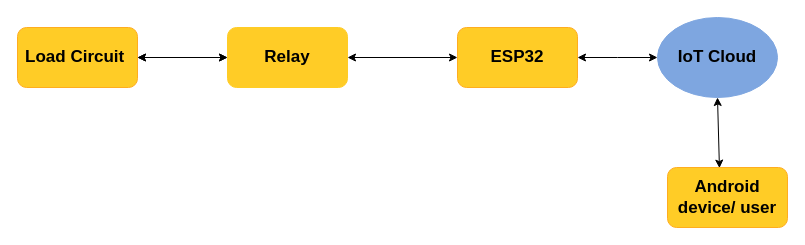
Earlier version of the draw.io diagram mini-pro.drawio (rumaisa147/sillymatters.com). Source tidied: cells renumbered, new cells numbered last; positions are measured from the earlier drawing's top-left corner, leaving out a move shared by most shapes. Both pictures are drawn from the tidied source at 100%, with x=0, y=0 at pixel (17, 17).
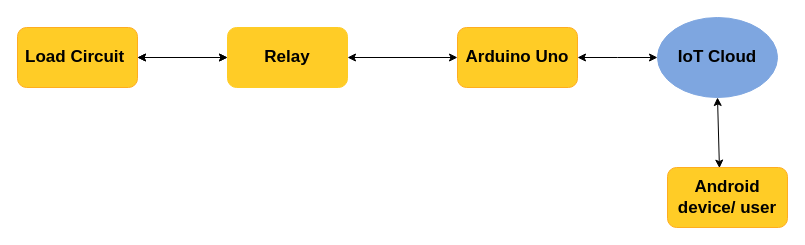
After the change.

What changed in the source:
```diff
@@
 <mxGraphModel>
   <root>
     <mxCell id="0" />
     <mxCell id="1" parent="0" />
     <mxCell id="2" value="&lt;b&gt;&lt;font style=&quot;font-size: 17px;&quot;&gt;Load Circuit&amp;nbsp;&lt;/font&gt;&lt;/b&gt;" style="rounded=1;whiteSpace=wrap;html=1;fillColor=#FFCC26;strokeColor=#FFAD1F;" parent="1" vertex="1">
       <mxGeometry y="10" width="120" height="60" as="geometry" />
     </mxCell>
     <mxCell id="3" value="&lt;b&gt;&lt;font style=&quot;font-size: 17px;&quot;&gt;Relay&lt;/font&gt;&lt;/b&gt;" style="rounded=1;whiteSpace=wrap;html=1;fillColor=#FFCC26;strokeColor=#FFCC26;" parent="1" vertex="1">
       <mxGeometry x="210" y="10" width="120" height="60" as="geometry" />
     </mxCell>
-    <mxCell id="4" value="&lt;font style=&quot;font-size: 17px;&quot;&gt;&lt;b&gt;ESP32&lt;/b&gt;&lt;/font&gt;" style="rounded=1;whiteSpace=wrap;html=1;fillColor=#FFCC26;strokeColor=#FFAD1F;" parent="1" vertex="1">
+    <mxCell id="4" value="&lt;font style=&quot;font-size: 17px;&quot;&gt;&lt;b&gt;Arduino Uno&lt;/b&gt;&lt;/font&gt;" style="rounded=1;whiteSpace=wrap;html=1;fillColor=#FFCC26;strokeColor=#FFAD1F;" parent="1" vertex="1">
       <mxGeometry x="440" y="10" width="120" height="60" as="geometry" />
     </mxCell>
     <mxCell id="5" value="&lt;b&gt;&lt;font style=&quot;font-size: 17px;&quot;&gt;IoT Cloud&lt;/font&gt;&lt;/b&gt;" style="ellipse;whiteSpace=wrap;html=1;fillColor=#7EA6E0;strokeColor=#7EA6E0;" parent="1" vertex="1">
       <mxGeometry x="640" width="120" height="80" as="geometry" />
     </mxCell>
     <mxCell id="6" style="endArrow=classic;startArrow=classic;html=1;rounded=0;fontSize=17;exitX=1;exitY=0.5;exitDx=0;exitDy=0;" parent="1" edge="1" source="2">
       <mxGeometry relative="1" as="geometry">
         <mxPoint x="210" y="40" as="targetPoint" />
       </mxGeometry>
     </mxCell>
     <mxCell id="7" style="endArrow=classic;startArrow=classic;html=1;rounded=0;fontSize=17;exitX=1;exitY=0.5;exitDx=0;exitDy=0;" parent="1" edge="1" source="2">
       <mxGeometry relative="1" as="geometry">
         <mxPoint x="210" y="40" as="targetPoint" />
         <Array as="points">
           <mxPoint x="170" y="40" />
         </Array>
       </mxGeometry>
     </mxCell>
     <mxCell id="8" style="endArrow=classic;startArrow=classic;html=1;rounded=0;fontSize=17;exitX=1;exitY=0.5;exitDx=0;exitDy=0;entryX=0;entryY=0.5;entryDx=0;entryDy=0;" parent="1" edge="1" source="4" target="5">
       <mxGeometry relative="1" as="geometry">
         <Array as="points">
           <mxPoint x="600" y="40" />
         </Array>
       </mxGeometry>
     </mxCell>
     <mxCell id="9" style="endArrow=classic;startArrow=classic;html=1;rounded=0;fontSize=17;exitX=1;exitY=0.5;exitDx=0;exitDy=0;entryX=0;entryY=0.5;entryDx=0;entryDy=0;" parent="1" edge="1" source="3" target="4">
       <mxGeometry relative="1" as="geometry" />
     </mxCell>
     <mxCell id="10" value="&lt;b&gt;Android device/ user&lt;/b&gt;" style="rounded=1;whiteSpace=wrap;html=1;fontSize=17;strokeColor=#FFAD1F;fillColor=#FFCC26;" parent="1" vertex="1">
       <mxGeometry x="650" y="150" width="120" height="60" as="geometry" />
     </mxCell>
     <mxCell id="11" style="endArrow=classic;startArrow=classic;html=1;rounded=0;fontSize=17;entryX=0.5;entryY=1;entryDx=0;entryDy=0;exitX=0.433;exitY=0.01;exitDx=0;exitDy=0;exitPerimeter=0;" parent="1" edge="1" source="10" target="5">
       <mxGeometry relative="1" as="geometry" />
     </mxCell>
   </root>
 </mxGraphModel>
```
